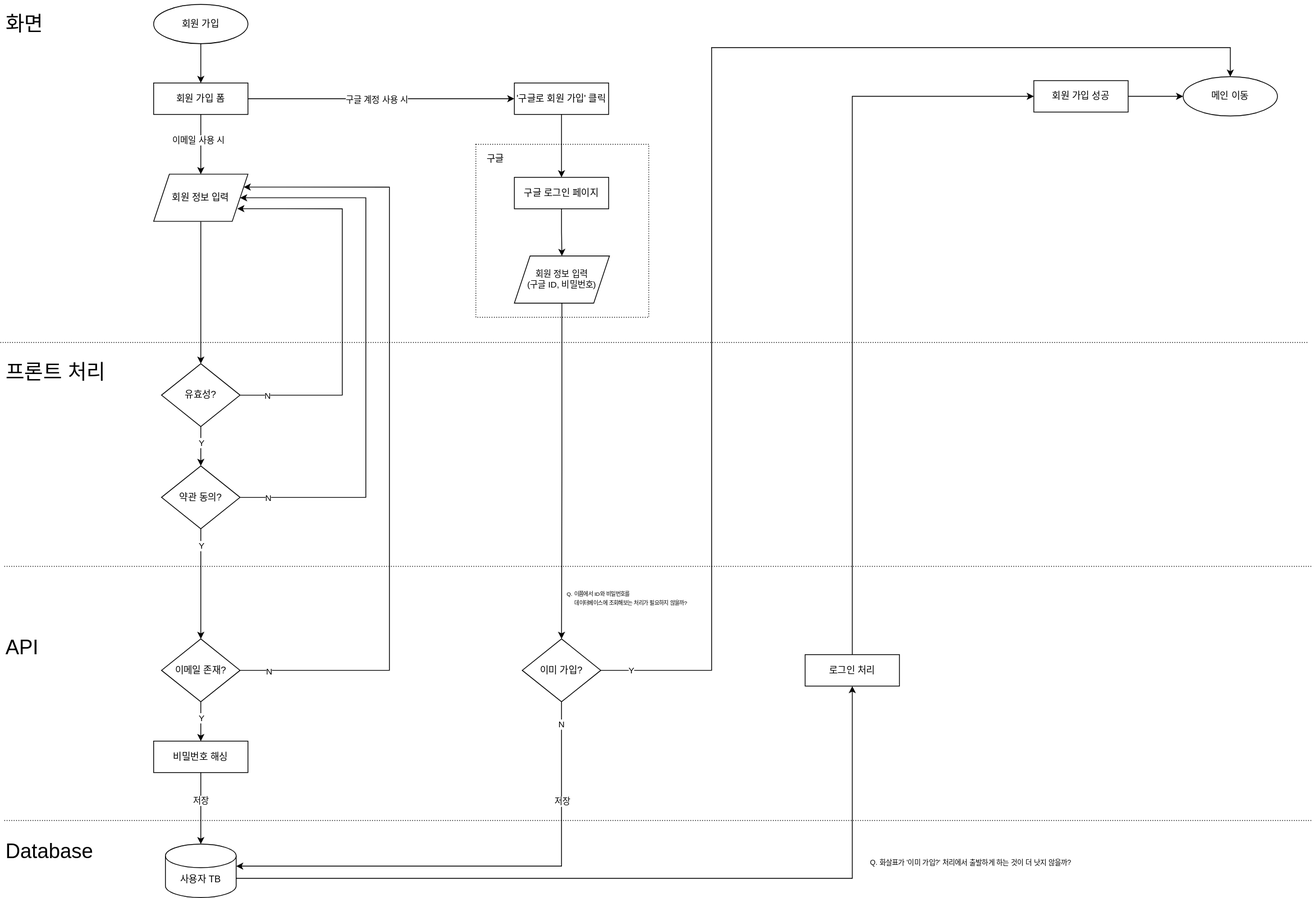
Before: docs/2. 설계/2.2 소프트웨어 설계/2.2.3 플로차트/회원 가입.svg, a diagram exported from draw.io (sarifor/cart-connect-market). Source tidied: cells renumbered, new cells last; positions are measured from the earlier drawing's top-left corner, leaving out a move shared by most shapes.
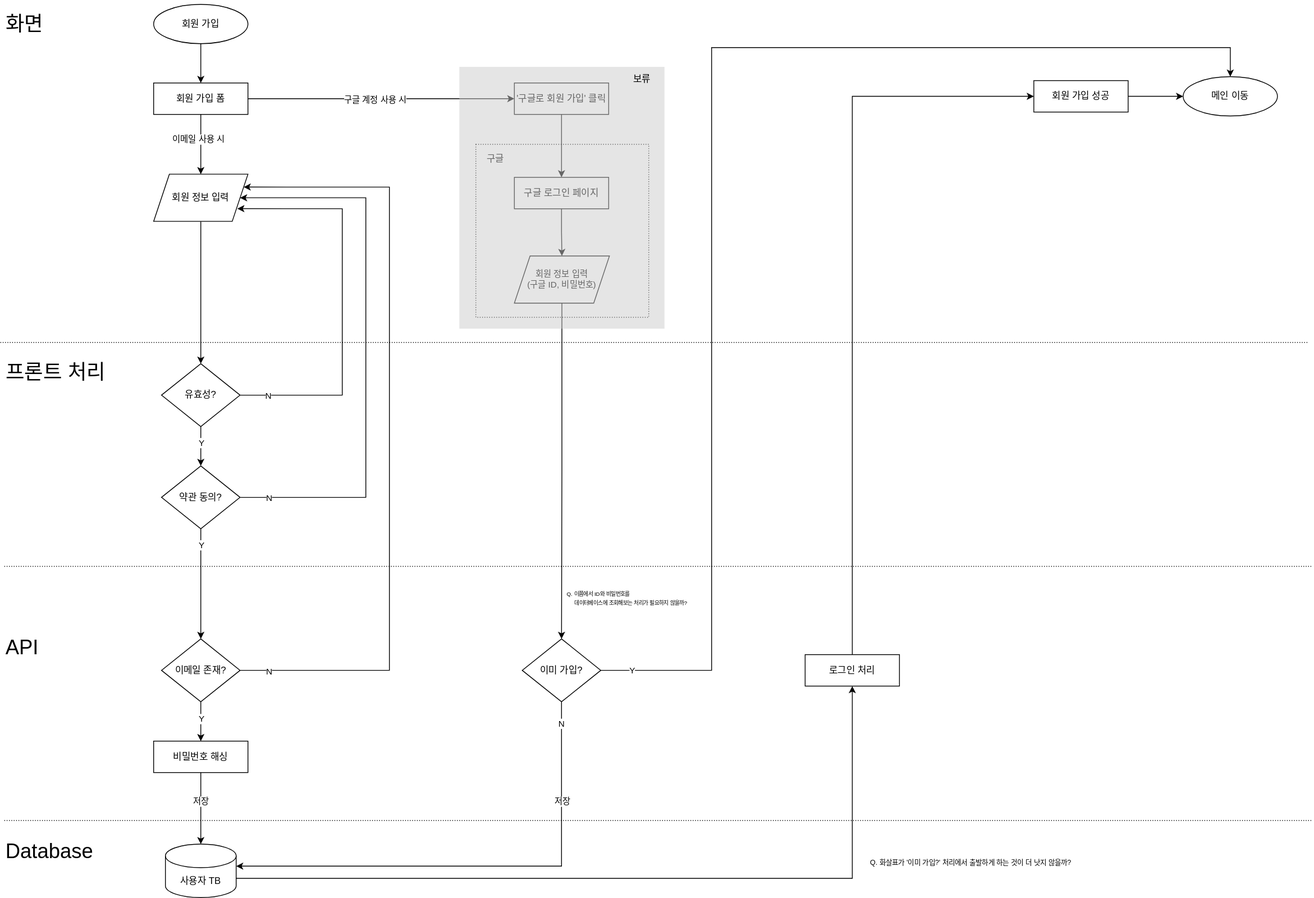
The same diagram one commit later.

The edit, as a diff of the source:
```diff
@@ -226,5 +226,14 @@
     <mxCell id="59" value="&lt;font&gt;Q. 화살표가 '이미 가입?' 처리에서 출발하게 하는 것이 더 낫지 않을까?&lt;/font&gt;" style="text;html=1;align=left;verticalAlign=middle;whiteSpace=wrap;rounded=0;fontSize=9;" parent="1" vertex="1">
       <mxGeometry x="1105" y="1083" width="290" height="30" as="geometry" />
     </mxCell>
+    <mxCell id="60" style="group;" parent="1" vertex="1">
+      <mxGeometry x="584" y="85.5" width="261" height="333" as="geometry" />
+    </mxCell>
+    <mxCell id="61" style="rounded=0;whiteSpace=wrap;html=1;strokeColor=none;opacity=50;fillColor=#CCCCCC;" parent="60" vertex="1">
+      <mxGeometry width="261" height="333" as="geometry" />
+    </mxCell>
+    <mxCell id="62" value="&amp;nbsp;보류" style="text;html=1;align=center;verticalAlign=middle;whiteSpace=wrap;rounded=0;" parent="60" vertex="1">
+      <mxGeometry x="200.8" width="60.2" height="30" as="geometry" />
+    </mxCell>
   </root>
 </mxGraphModel>
```
